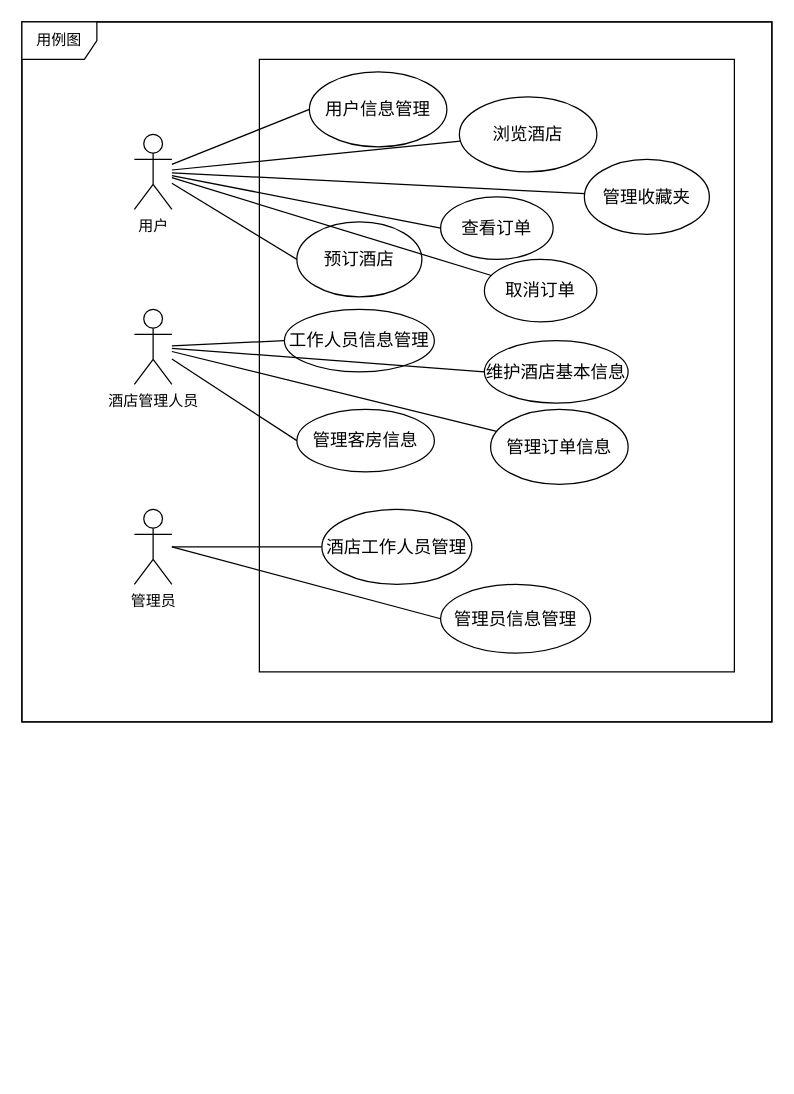
Cynyard999/hotel-booking-system keeps this draw.io diagram as docs/用例描述文档/图/源文件/用例图.drawio. Above is the earlier version. Source tidied: cells renumbered, new cells numbered last; positions are measured from the earlier drawing's top-left corner, leaving out a move shared by most shapes. Both pictures are drawn from the tidied source at 125%, with x=0, y=0 at pixel (21, 21).
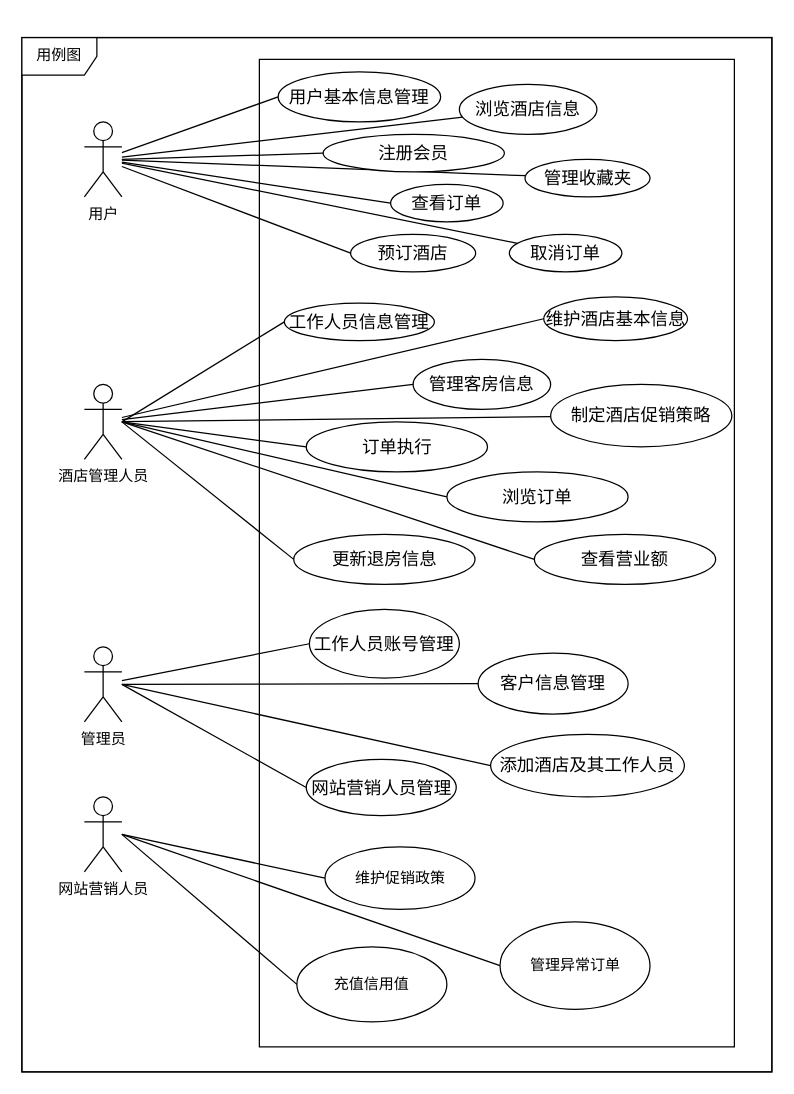
Above is the later version.

The edit, as a diff of the source:
```diff
@@
     <mxCell id="2" style="rounded=0;whiteSpace=wrap;html=1;" parent="1" vertex="1">
-      <mxGeometry width="600" height="560" as="geometry" />
+      <mxGeometry y="12.5" width="600" height="827.5" as="geometry" />
     </mxCell>
     <mxCell id="3" value="用户" style="shape=umlActor;verticalLabelPosition=bottom;labelBackgroundColor=#ffffff;verticalAlign=top;html=1;outlineConnect=0;" parent="1" vertex="1">
-      <mxGeometry x="90" y="90" width="30" height="60" as="geometry" />
+      <mxGeometry x="50" y="80" width="30" height="60" as="geometry" />
     </mxCell>
     <mxCell id="4" value="酒店管理人员" style="shape=umlActor;verticalLabelPosition=bottom;labelBackgroundColor=#ffffff;verticalAlign=top;html=1;outlineConnect=0;" parent="1" vertex="1">
-      <mxGeometry x="90" y="230" width="30" height="60" as="geometry" />
+      <mxGeometry x="50" y="290" width="30" height="60" as="geometry" />
     </mxCell>
     <mxCell id="5" value="管理员" style="shape=umlActor;verticalLabelPosition=bottom;labelBackgroundColor=#ffffff;verticalAlign=top;html=1;outlineConnect=0;" parent="1" vertex="1">
-      <mxGeometry x="90" y="390" width="30" height="60" as="geometry" />
+      <mxGeometry x="50" y="500" width="30" height="60" as="geometry" />
     </mxCell>
     <mxCell id="6" style="rounded=0;whiteSpace=wrap;html=1;" parent="1" vertex="1">
-      <mxGeometry x="190" y="30" width="380" height="490" as="geometry" />
+      <mxGeometry x="190" y="30" width="380" height="790" as="geometry" />
     </mxCell>
-    <mxCell id="7" value="&lt;font style=&quot;font-size: 14px&quot;&gt;用户信息管理&lt;/font&gt;" style="ellipse;whiteSpace=wrap;html=1;" parent="1" vertex="1">
-      <mxGeometry x="230" y="40" width="110" height="60" as="geometry" />
+    <mxCell id="7" value="&lt;font style=&quot;font-size: 14px&quot;&gt;用户基本信息管理&lt;/font&gt;" style="ellipse;whiteSpace=wrap;html=1;" parent="1" vertex="1">
+      <mxGeometry x="205" y="40" width="130" height="40" as="geometry" />
     </mxCell>
-    <mxCell id="8" value="&lt;font style=&quot;font-size: 14px&quot;&gt;浏览酒店&lt;/font&gt;" style="ellipse;whiteSpace=wrap;html=1;" parent="1" vertex="1">
-      <mxGeometry x="350" y="60" width="110" height="60" as="geometry" />
+    <mxCell id="8" value="&lt;font style=&quot;font-size: 14px&quot;&gt;浏览酒店信息&lt;/font&gt;" style="ellipse;whiteSpace=wrap;html=1;" parent="1" vertex="1">
+      <mxGeometry x="350" y="50" width="110" height="40" as="geometry" />
     </mxCell>
     <mxCell id="9" value="&lt;font style=&quot;font-size: 14px&quot;&gt;管理收藏夹&lt;/font&gt;" style="ellipse;whiteSpace=wrap;html=1;" parent="1" vertex="1">
-      <mxGeometry x="450" y="110" width="100" height="60" as="geometry" />
+      <mxGeometry x="402.5" y="110" width="100" height="30" as="geometry" />
     </mxCell>
     <mxCell id="10" value="&lt;font style=&quot;font-size: 14px&quot;&gt;预订酒店&lt;/font&gt;" style="ellipse;whiteSpace=wrap;html=1;" parent="1" vertex="1">
-      <mxGeometry x="220" y="160" width="100" height="60" as="geometry" />
+      <mxGeometry x="263" y="170" width="100" height="30" as="geometry" />
     </mxCell>
     <mxCell id="11" value="&lt;font style=&quot;font-size: 14px&quot;&gt;查看订单&lt;/font&gt;" style="ellipse;whiteSpace=wrap;html=1;" parent="1" vertex="1">
-      <mxGeometry x="335" y="140" width="90" height="50" as="geometry" />
+      <mxGeometry x="295" y="130" width="90" height="30" as="geometry" />
     </mxCell>
     <mxCell id="12" value="&lt;font style=&quot;font-size: 14px&quot;&gt;取消订单&lt;/font&gt;" style="ellipse;whiteSpace=wrap;html=1;" parent="1" vertex="1">
-      <mxGeometry x="370" y="190" width="90" height="50" as="geometry" />
+      <mxGeometry x="390" y="170" width="90" height="30" as="geometry" />
     </mxCell>
@@
     <mxCell id="19" value="&lt;font style=&quot;font-size: 14px&quot;&gt;工作人员信息管理&lt;/font&gt;" style="ellipse;whiteSpace=wrap;html=1;" parent="1" vertex="1">
-      <mxGeometry x="210" y="230" width="120" height="50" as="geometry" />
+      <mxGeometry x="210" y="225" width="120" height="30" as="geometry" />
     </mxCell>
     <mxCell id="20" value="&lt;font style=&quot;font-size: 14px&quot;&gt;维护酒店基本信息&lt;/font&gt;" style="ellipse;whiteSpace=wrap;html=1;" parent="1" vertex="1">
-      <mxGeometry x="370" y="255" width="115" height="50" as="geometry" />
+      <mxGeometry x="417.5" y="220" width="115" height="35" as="geometry" />
     </mxCell>
     <mxCell id="21" value="&lt;span style=&quot;font-size: 14px&quot;&gt;管理客房信息&lt;/span&gt;" style="ellipse;whiteSpace=wrap;html=1;" parent="1" vertex="1">
-      <mxGeometry x="220" y="310" width="110" height="50" as="geometry" />
+      <mxGeometry x="313" y="270" width="110" height="40" as="geometry" />
     </mxCell>
-    <mxCell id="22" value="&lt;font style=&quot;font-size: 14px&quot;&gt;管理订单信息&lt;/font&gt;" style="ellipse;whiteSpace=wrap;html=1;" parent="1" vertex="1">
-      <mxGeometry x="375" y="310" width="110" height="60" as="geometry" />
+    <mxCell id="22" value="&lt;font style=&quot;font-size: 14px&quot;&gt;制定酒店促销策略&lt;/font&gt;" style="ellipse;whiteSpace=wrap;html=1;" parent="1" vertex="1">
+      <mxGeometry x="423" y="290" width="145" height="50" as="geometry" />
     </mxCell>
-    <mxCell id="23" value="&lt;font style=&quot;font-size: 14px&quot;&gt;酒店工作人员管理&lt;/font&gt;" style="ellipse;whiteSpace=wrap;html=1;" parent="1" vertex="1">
-      <mxGeometry x="240" y="390" width="120" height="60" as="geometry" />
+    <mxCell id="23" value="&lt;font style=&quot;font-size: 14px&quot;&gt;工作人员账号管理&lt;/font&gt;" style="ellipse;whiteSpace=wrap;html=1;" parent="1" vertex="1">
+      <mxGeometry x="230" y="470" width="120" height="55" as="geometry" />
     </mxCell>
-    <mxCell id="24" value="&lt;font style=&quot;font-size: 14px&quot;&gt;管理员信息管理&lt;/font&gt;" style="ellipse;whiteSpace=wrap;html=1;" parent="1" vertex="1">
-      <mxGeometry x="335" y="450" width="120" height="55" as="geometry" />
+    <mxCell id="24" value="&lt;font style=&quot;font-size: 14px&quot;&gt;客户信息管理&lt;/font&gt;" style="ellipse;whiteSpace=wrap;html=1;" parent="1" vertex="1">
+      <mxGeometry x="365" y="505" width="120" height="48.8" as="geometry" />
     </mxCell>
-    <mxCell id="25" style="endArrow=none;html=1;entryX=0;entryY=0.5;entryDx=0;entryDy=0;" parent="1" edge="1" source="4" target="19">
-      <mxGeometry relative="1" as="geometry" />
+    <mxCell id="25" style="endArrow=none;html=1;entryX=0;entryY=0.5;entryDx=0;entryDy=0;" parent="1" edge="1" target="19">
+      <mxGeometry relative="1" as="geometry">
+        <mxPoint x="80" y="320" as="sourcePoint" />
+      </mxGeometry>
     </mxCell>
@@
     <mxCell id="30" style="endArrow=none;html=1;entryX=0;entryY=0.5;entryDx=0;entryDy=0;" parent="1" edge="1" target="24">
       <mxGeometry relative="1" as="geometry">
-        <mxPoint x="120" y="420" as="sourcePoint" />
+        <mxPoint x="80" y="530" as="sourcePoint" />
       </mxGeometry>
     </mxCell>
+    <mxCell id="32" value="网站营销人员" style="shape=umlActor;verticalLabelPosition=bottom;labelBackgroundColor=#ffffff;verticalAlign=top;html=1;" parent="1" vertex="1">
+      <mxGeometry x="50" y="620" width="30" height="60" as="geometry" />
+    </mxCell>
+    <mxCell id="33" value="维护促销政策" style="ellipse;whiteSpace=wrap;html=1;" parent="1" vertex="1">
+      <mxGeometry x="242.5" y="660" width="120" height="50" as="geometry" />
+    </mxCell>
+    <mxCell id="34" value="管理异常订单" style="ellipse;whiteSpace=wrap;html=1;" parent="1" vertex="1">
+      <mxGeometry x="382.5" y="720" width="120" height="70" as="geometry" />
+    </mxCell>
+    <mxCell id="35" value="充值信用值" style="ellipse;whiteSpace=wrap;html=1;" parent="1" vertex="1">
+      <mxGeometry x="220" y="740" width="120" height="60" as="geometry" />
+    </mxCell>
+    <mxCell id="36" value="&lt;font style=&quot;font-size: 14px&quot;&gt;添加酒店及其工作人员&lt;/font&gt;" style="ellipse;whiteSpace=wrap;html=1;" parent="1" vertex="1">
+      <mxGeometry x="375" y="570" width="155" height="50" as="geometry" />
+    </mxCell>
+    <mxCell id="37" value="&lt;font style=&quot;font-size: 14px&quot;&gt;网站营销人员管理&lt;/font&gt;" style="ellipse;whiteSpace=wrap;html=1;" parent="1" vertex="1">
+      <mxGeometry x="227.5" y="590" width="120" height="45" as="geometry" />
+    </mxCell>
+    <mxCell id="38" value="&lt;font style=&quot;font-size: 14px&quot;&gt;更新退房信息&lt;br&gt;&lt;/font&gt;" style="ellipse;whiteSpace=wrap;html=1;" parent="1" vertex="1">
+      <mxGeometry x="217.5" y="410" width="145" height="40" as="geometry" />
+    </mxCell>
+    <mxCell id="39" value="&lt;font style=&quot;font-size: 14px&quot;&gt;浏览订单&lt;/font&gt;" style="ellipse;whiteSpace=wrap;html=1;" parent="1" vertex="1">
+      <mxGeometry x="340" y="360" width="145" height="40" as="geometry" />
+    </mxCell>
+    <mxCell id="40" value="&lt;font style=&quot;font-size: 14px&quot;&gt;订单执行&lt;/font&gt;" style="ellipse;whiteSpace=wrap;html=1;" parent="1" vertex="1">
+      <mxGeometry x="227.5" y="320" width="145" height="40" as="geometry" />
+    </mxCell>
+    <mxCell id="41" value="&lt;font style=&quot;font-size: 14px&quot;&gt;查看营业额&lt;/font&gt;" style="ellipse;whiteSpace=wrap;html=1;" parent="1" vertex="1">
+      <mxGeometry x="410" y="410" width="145" height="40" as="geometry" />
+    </mxCell>
+    <mxCell id="42" value="&lt;font style=&quot;font-size: 14px&quot;&gt;注册会员&lt;/font&gt;" style="ellipse;whiteSpace=wrap;html=1;" parent="1" vertex="1">
+      <mxGeometry x="241" y="90" width="145" height="30" as="geometry" />
+    </mxCell>
+    <mxCell id="43" style="endArrow=none;html=1;entryX=0;entryY=0.5;entryDx=0;entryDy=0;" parent="1" edge="1" target="42">
+      <mxGeometry relative="1" as="geometry">
+        <mxPoint x="80" y="110" as="sourcePoint" />
+      </mxGeometry>
+    </mxCell>
+    <mxCell id="44" style="endArrow=none;html=1;entryX=0;entryY=0.5;entryDx=0;entryDy=0;" parent="1" edge="1" target="40">
+      <mxGeometry relative="1" as="geometry">
+        <mxPoint x="80" y="320" as="sourcePoint" />
+      </mxGeometry>
+    </mxCell>
+    <mxCell id="45" style="endArrow=none;html=1;entryX=0;entryY=0.5;entryDx=0;entryDy=0;" parent="1" edge="1" target="38">
+      <mxGeometry relative="1" as="geometry">
+        <mxPoint x="80" y="320" as="sourcePoint" />
+      </mxGeometry>
+    </mxCell>
+    <mxCell id="46" style="endArrow=none;html=1;entryX=0;entryY=0.5;entryDx=0;entryDy=0;" parent="1" edge="1" target="39">
+      <mxGeometry relative="1" as="geometry">
+        <mxPoint x="80" y="320" as="sourcePoint" />
+      </mxGeometry>
+    </mxCell>
+    <mxCell id="47" style="endArrow=none;html=1;entryX=0;entryY=0.5;entryDx=0;entryDy=0;" parent="1" edge="1" target="41">
+      <mxGeometry relative="1" as="geometry">
+        <mxPoint x="80" y="320" as="sourcePoint" />
+      </mxGeometry>
+    </mxCell>
+    <mxCell id="48" style="endArrow=none;html=1;entryX=0;entryY=0.5;entryDx=0;entryDy=0;" parent="1" edge="1" target="37">
+      <mxGeometry relative="1" as="geometry">
+        <mxPoint x="80" y="530" as="sourcePoint" />
+      </mxGeometry>
+    </mxCell>
+    <mxCell id="49" style="endArrow=none;html=1;entryX=0;entryY=0.5;entryDx=0;entryDy=0;" parent="1" edge="1" target="36">
+      <mxGeometry relative="1" as="geometry">
+        <mxPoint x="80" y="530" as="sourcePoint" />
+      </mxGeometry>
+    </mxCell>
+    <mxCell id="50" style="endArrow=none;html=1;entryX=0;entryY=0.5;entryDx=0;entryDy=0;" parent="1" edge="1" target="33">
+      <mxGeometry relative="1" as="geometry">
+        <mxPoint x="80" y="650" as="sourcePoint" />
+      </mxGeometry>
+    </mxCell>
+    <mxCell id="51" style="endArrow=none;html=1;entryX=0;entryY=0.5;entryDx=0;entryDy=0;" parent="1" edge="1" target="35">
+      <mxGeometry relative="1" as="geometry">
+        <mxPoint x="80" y="650" as="sourcePoint" />
+      </mxGeometry>
+    </mxCell>
+    <mxCell id="52" style="endArrow=none;html=1;entryX=0;entryY=0.5;entryDx=0;entryDy=0;" parent="1" edge="1" target="34">
+      <mxGeometry relative="1" as="geometry">
+        <mxPoint x="80" y="650" as="sourcePoint" />
+      </mxGeometry>
+    </mxCell>
     <mxCell id="31" value="用例图" style="shape=umlFrame;whiteSpace=wrap;html=1;" parent="1" vertex="1">
-      <mxGeometry width="600" height="560" as="geometry" />
+      <mxGeometry y="12.5" width="600" height="827.5" as="geometry" />
     </mxCell>
```
